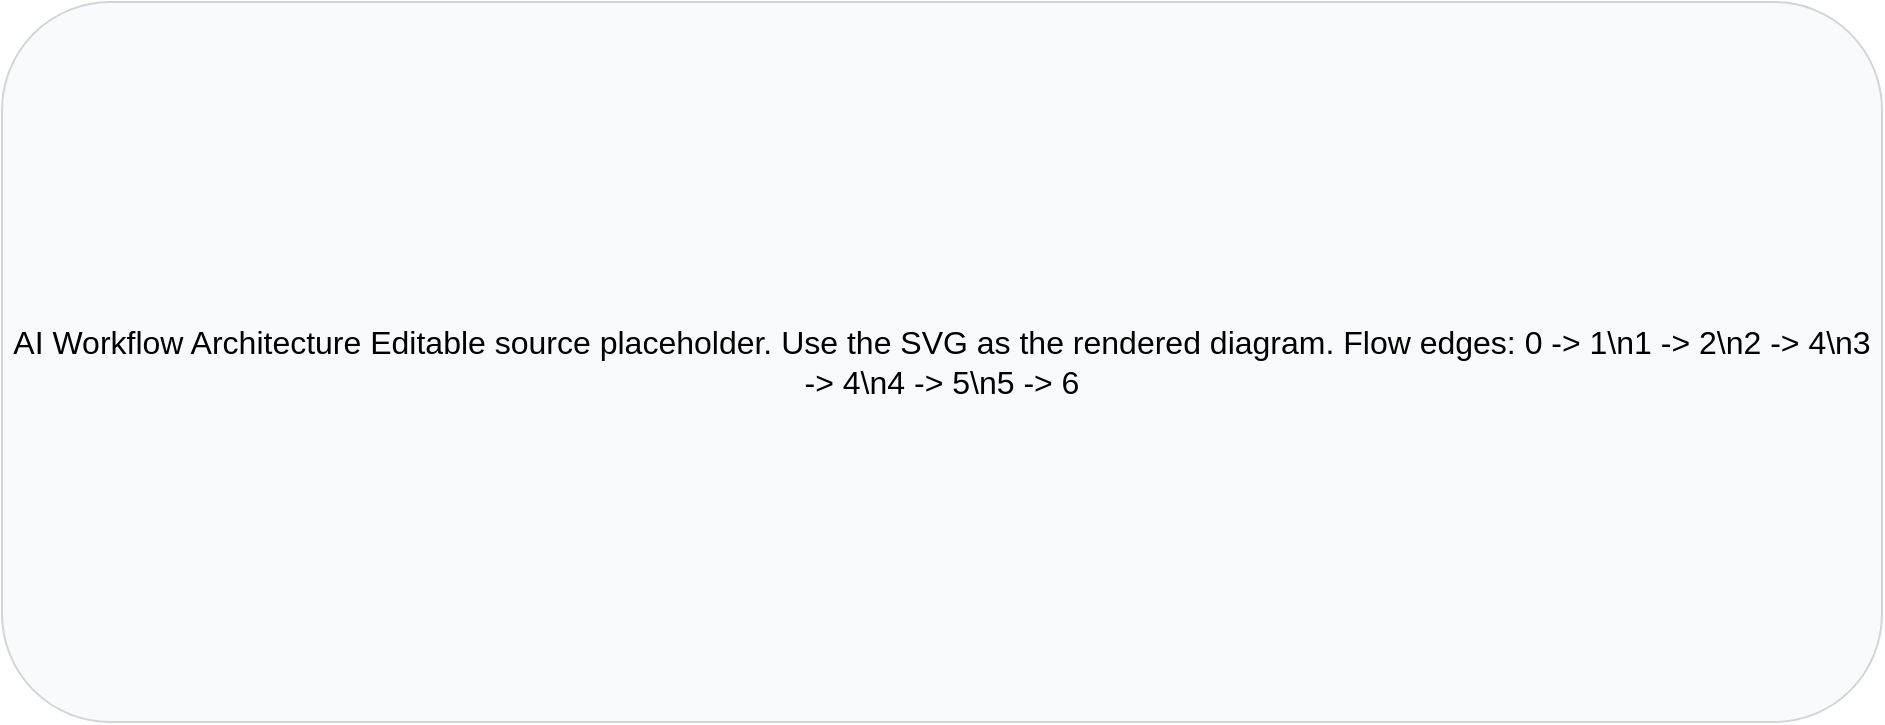
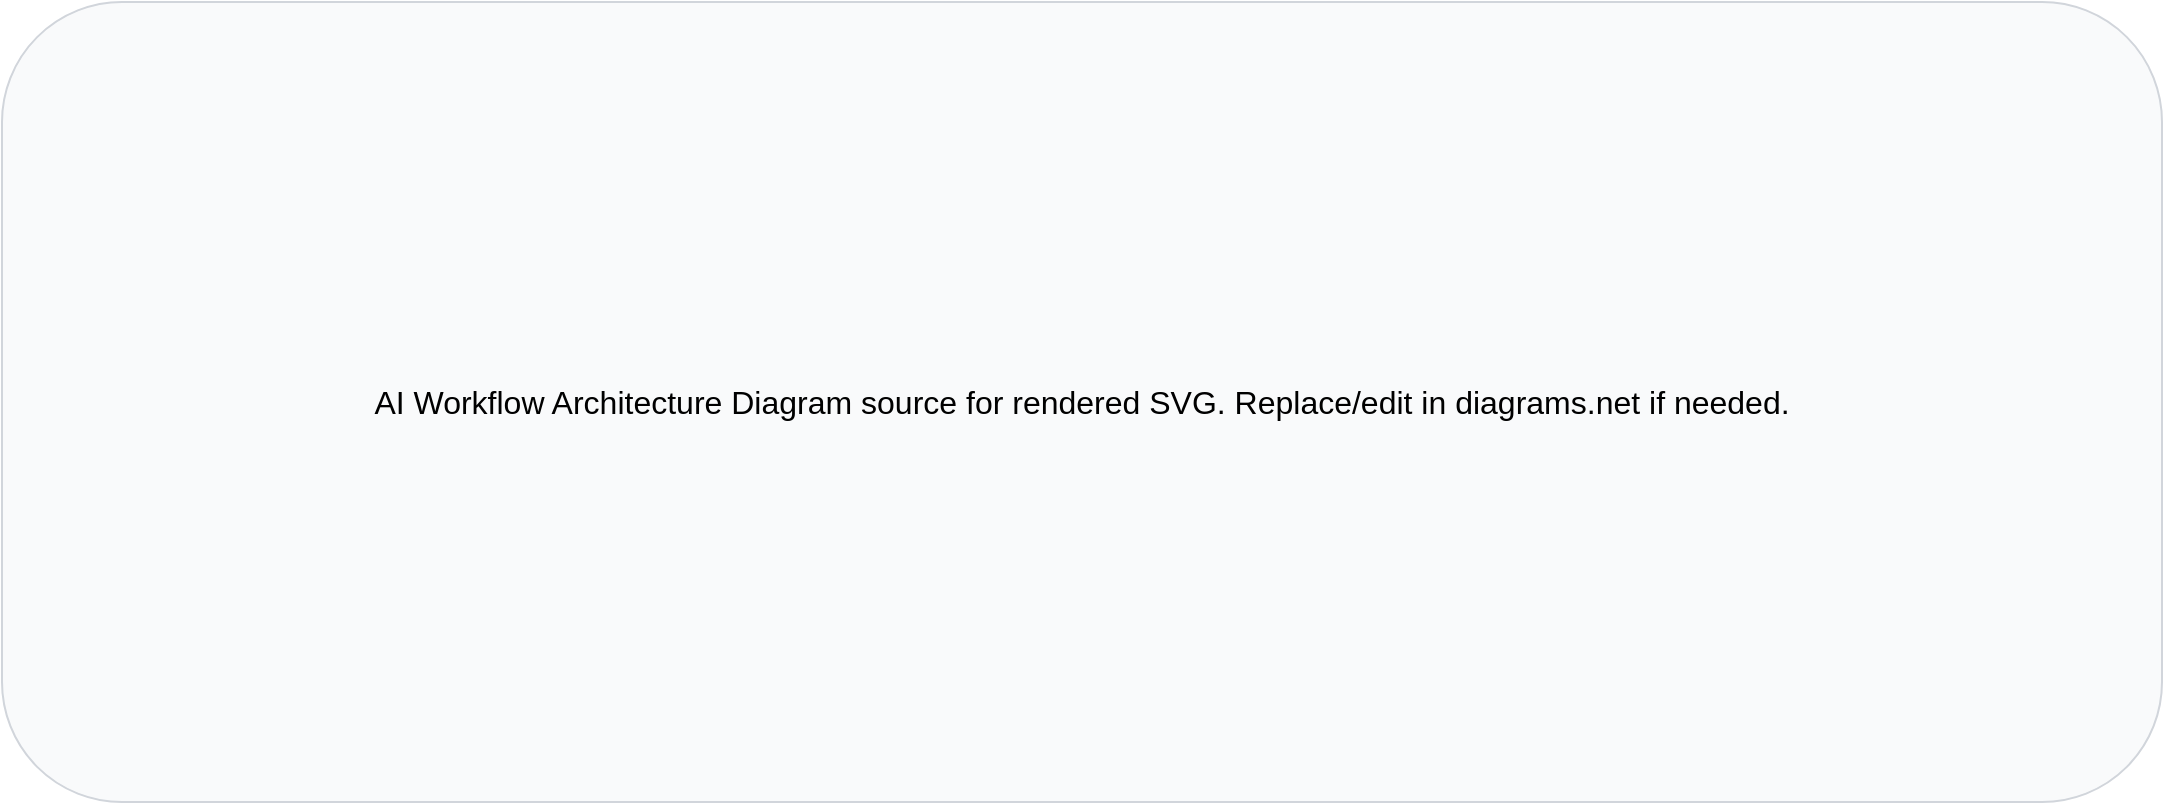
<mxfile host="app.diagrams.net">
  <diagram name="AI Workflow Architecture">
-     <mxGraphModel dx="1200" dy="800" grid="1" gridSize="10" guides="1" tooltips="1" connect="1" arrows="1" fold="1" page="1" pageScale="1" pageWidth="1100" pageHeight="520" math="0" shadow="0">
+     <mxGraphModel dx="1240" dy="800" grid="1" gridSize="10" guides="1" tooltips="1" connect="1" arrows="1" fold="1" page="1" pageScale="1" pageWidth="1240" pageHeight="560" math="0" shadow="0">
      <root>
        <mxCell id="0"/>
        <mxCell id="1" parent="0"/>
        <mxCell id="note" value="AI Workflow Architecture

- Editable source placeholder.
- Use the SVG as the rendered diagram.
- 
- Flow edges:
- 0 -&gt; 1\n1 -&gt; 2\n2 -&gt; 4\n3 -&gt; 4\n4 -&gt; 5\n5 -&gt; 6" style="rounded=1;whiteSpace=wrap;html=1;fillColor=#f9fafb;strokeColor=#d1d5db;fontSize=16;" vertex="1" parent="1">
-           <mxGeometry x="80" y="80" width="940" height="360" as="geometry"/>
+ Diagram source for rendered SVG.
+ Replace/edit in diagrams.net if needed." style="rounded=1;whiteSpace=wrap;html=1;fillColor=#f9fafb;strokeColor=#d1d5db;fontSize=16;" vertex="1" parent="1">
+           <mxGeometry x="80" y="80" width="1080" height="400" as="geometry"/>
        </mxCell>
      </root>
    </mxGraphModel>
  </diagram>
</mxfile>
